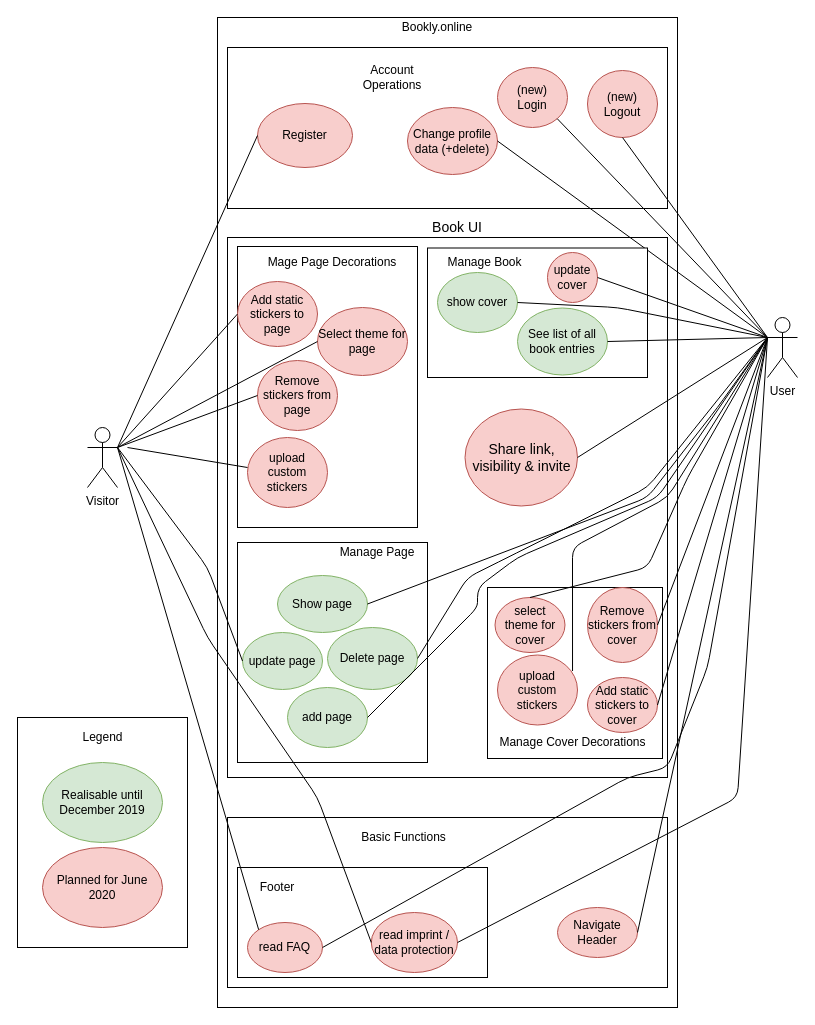
Above: design/usecase.drawio in ninjeanne/bookly (draw.io), before the change. Source tidied: cells renumbered, new cells numbered last; positions are measured from the earlier drawing's top-left corner, leaving out a move shared by most shapes. Both pictures are drawn from the tidied source at 100%, with x=0, y=0 at pixel (17, 17).
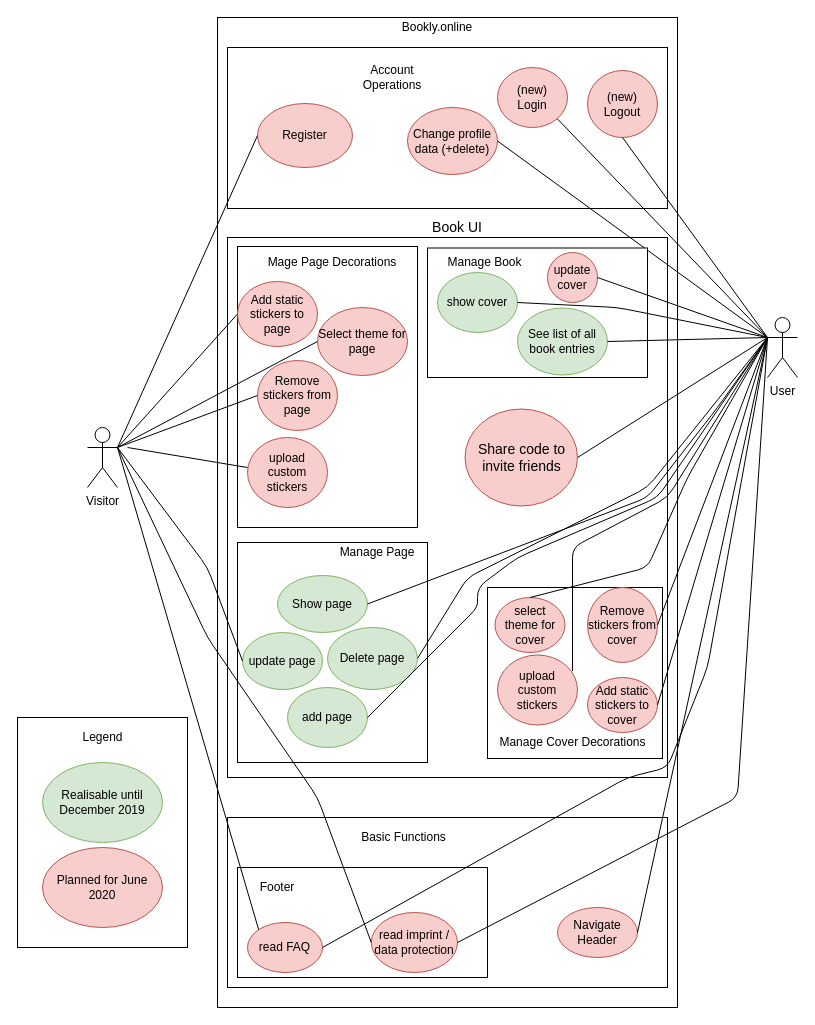
Above is the later version.

Commit message (it also covers changes not shown here):
correct share uc

Diff of the diagram source:
```diff
@@
-    <mxCell id="36" value="&lt;font style=&quot;font-size: 14px&quot;&gt;Share link, visibility &amp;amp; invite&lt;/font&gt;" style="ellipse;whiteSpace=wrap;html=1;fillColor=#f8cecc;strokeColor=#b85450;" parent="1" vertex="1">
+    <mxCell id="36" value="&lt;font style=&quot;font-size: 14px&quot;&gt;Share code to invite friends&lt;/font&gt;" style="ellipse;whiteSpace=wrap;html=1;fillColor=#f8cecc;strokeColor=#b85450;" parent="1" vertex="1">
       <mxGeometry x="447.5" y="391.5" width="112.5" height="97" as="geometry" />
     </mxCell>
```
